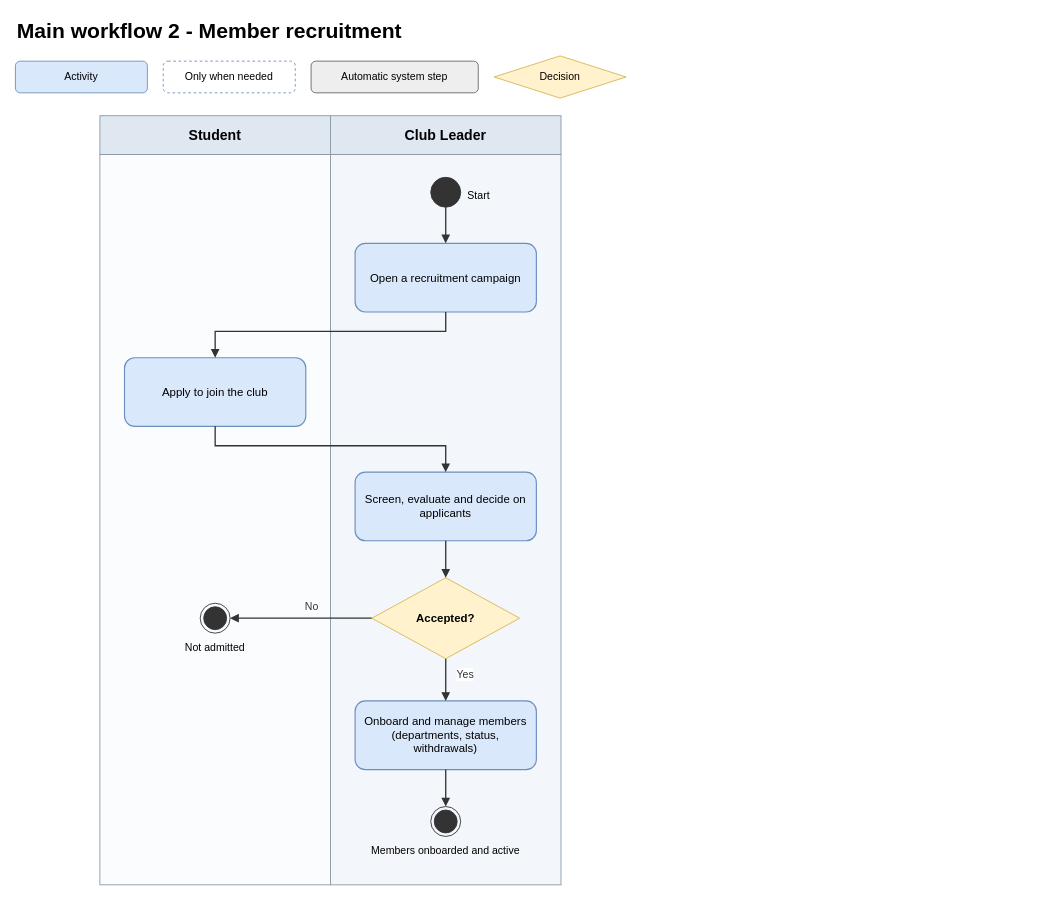
The draw.io diagram page "02 Member recruitment" (2 of 7) of docs/03-diagrams/UCMS_Main_Workflow.drawio in nvdekay/ClubManagementSystem, before the edit. Source tidied: cells renumbered, new cells numbered last; positions are measured from the earlier drawing's top-left corner, leaving out a move shared by most shapes. Both pictures are drawn from the tidied source at 88%, with x=0, y=0 at pixel (15, 15).
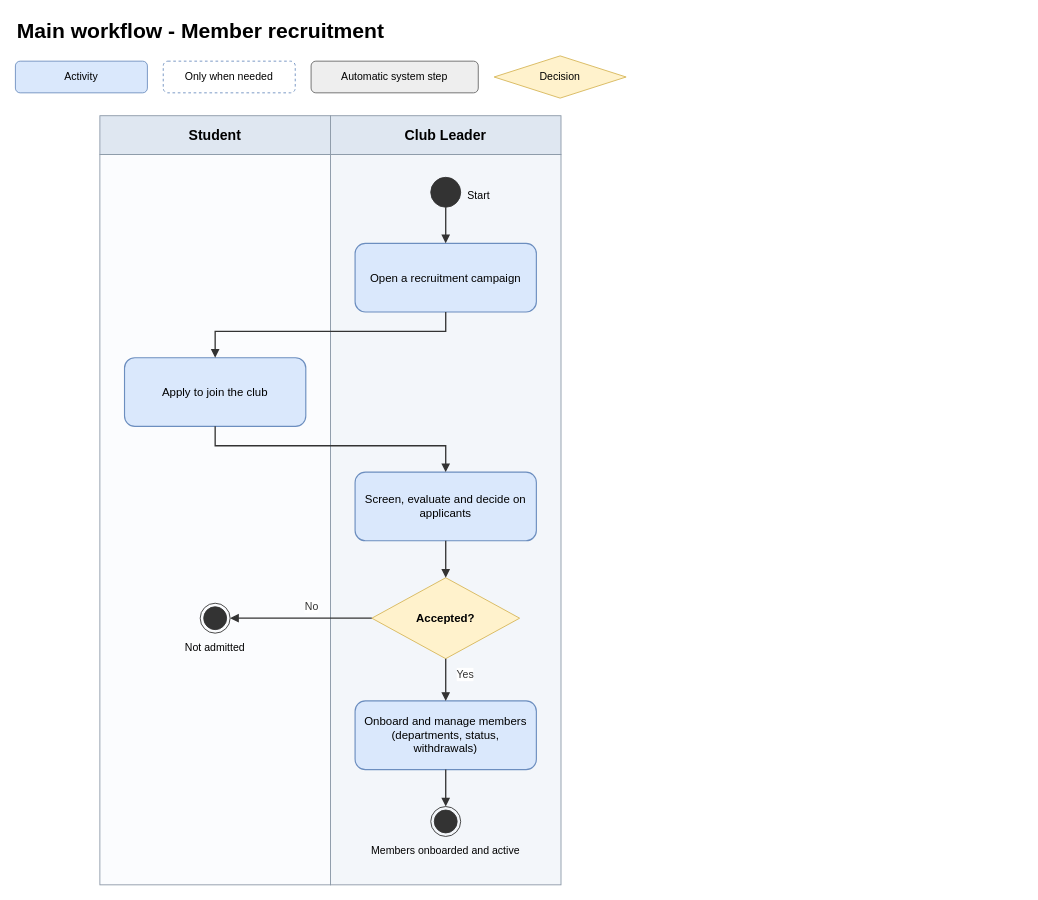
Above is the later version.

Change to the diagram source:
```diff
@@
-    <mxCell id="2" value="Main workflow 2 - Member recruitment" style="text;html=1;align=left;verticalAlign=middle;fontSize=24;fontStyle=1;" parent="1" vertex="1">
+    <mxCell id="2" value="Main workflow - Member recruitment" style="text;html=1;align=left;verticalAlign=middle;fontSize=24;fontStyle=1;" parent="1" vertex="1">
       <mxGeometry width="1144" height="36" as="geometry" />
     </mxCell>
```
